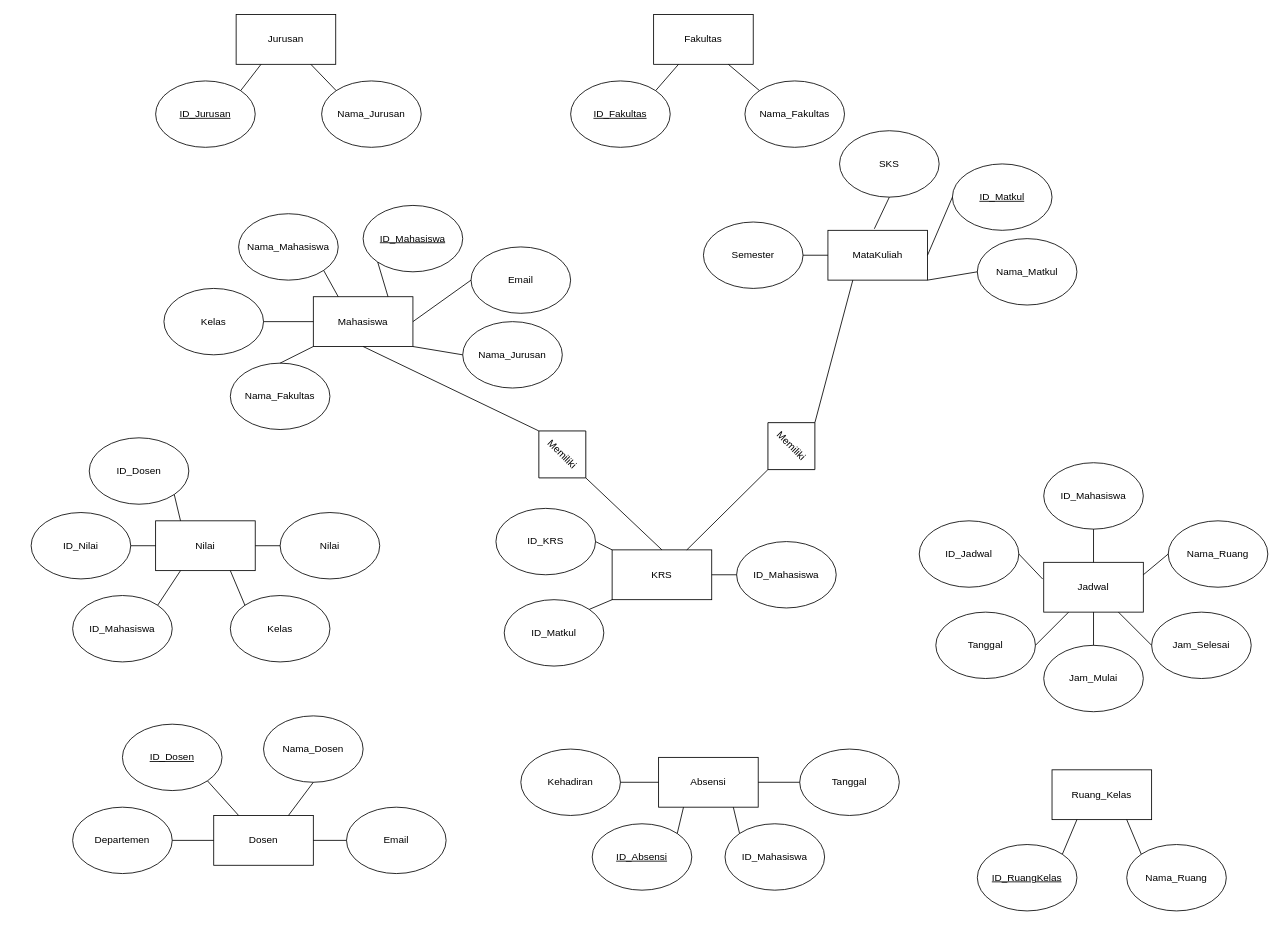
Above: latihan database.drawio in NCalvaretta/Lab-Algorithm-and-Programming (draw.io), before the change. Source tidied: cells renumbered, new cells numbered last; positions are measured from the earlier drawing's top-left corner, leaving out a move shared by most shapes. Both pictures are drawn from the tidied source at 83%, with x=0, y=0 at pixel (31, 14).
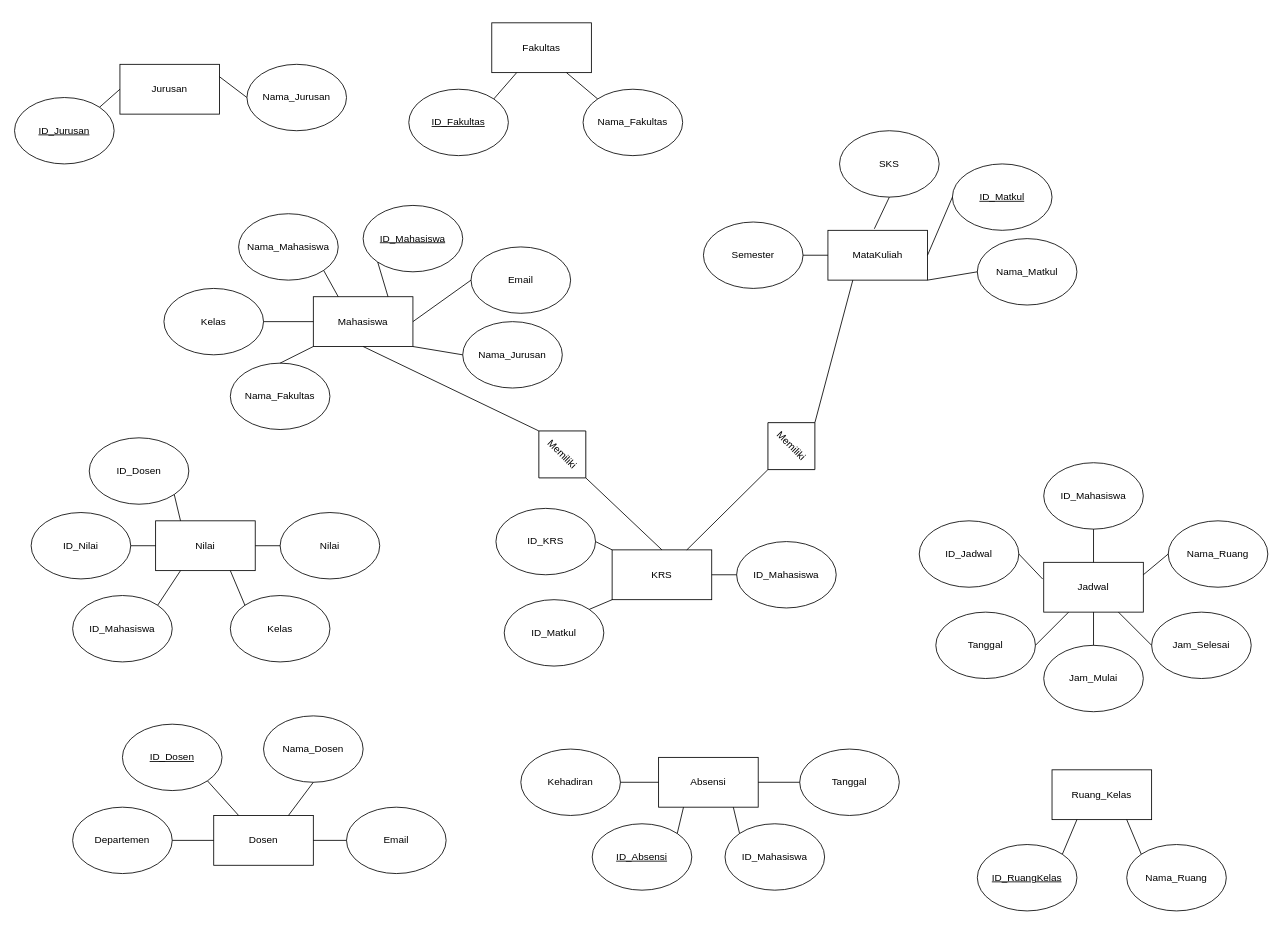
Above is the later version.

What changed in the source:
```diff
@@
     <mxCell id="6" value="Jurusan" style="rounded=0;whiteSpace=wrap;html=1;" parent="1" vertex="1">
-      <mxGeometry x="247" width="120" height="60" as="geometry" />
+      <mxGeometry x="107" y="60" width="120" height="60" as="geometry" />
     </mxCell>
@@
     <mxCell id="10" value="Fakultas" style="rounded=0;whiteSpace=wrap;html=1;" parent="1" vertex="1">
-      <mxGeometry x="750" width="120" height="60" as="geometry" />
+      <mxGeometry x="555" y="10" width="120" height="60" as="geometry" />
     </mxCell>
@@
     <mxCell id="40" value="&lt;u&gt;ID_Fakultas&lt;/u&gt;" style="ellipse;whiteSpace=wrap;html=1;" parent="1" vertex="1">
-      <mxGeometry x="650" y="80" width="120" height="80" as="geometry" />
+      <mxGeometry x="455" y="90" width="120" height="80" as="geometry" />
     </mxCell>
     <mxCell id="41" value="Nama_Fakultas" style="ellipse;whiteSpace=wrap;html=1;" parent="1" vertex="1">
-      <mxGeometry x="860" y="80" width="120" height="80" as="geometry" />
+      <mxGeometry x="665" y="90" width="120" height="80" as="geometry" />
     </mxCell>
     <mxCell id="42" value="&lt;u&gt;ID_Jurusan&lt;/u&gt;" style="ellipse;whiteSpace=wrap;html=1;" parent="1" vertex="1">
-      <mxGeometry x="150" y="80" width="120" height="80" as="geometry" />
+      <mxGeometry x="-20" y="100" width="120" height="80" as="geometry" />
     </mxCell>
     <mxCell id="43" value="Nama_Jurusan" style="ellipse;whiteSpace=wrap;html=1;" parent="1" vertex="1">
-      <mxGeometry x="350" y="80" width="120" height="80" as="geometry" />
+      <mxGeometry x="260" y="60" width="120" height="80" as="geometry" />
     </mxCell>
@@
-    <mxCell id="75" style="endArrow=none;html=1;rounded=0;entryX=0.25;entryY=1;entryDx=0;entryDy=0;exitX=1;exitY=0;exitDx=0;exitDy=0;" parent="1" edge="1" source="42" target="6">
+    <mxCell id="75" style="endArrow=none;html=1;rounded=0;entryX=0;entryY=0.5;entryDx=0;entryDy=0;exitX=1;exitY=0;exitDx=0;exitDy=0;" parent="1" edge="1" source="42" target="6">
       <mxGeometry relative="1" as="geometry" />
     </mxCell>
-    <mxCell id="76" style="endArrow=none;html=1;rounded=0;entryX=0;entryY=0;entryDx=0;entryDy=0;exitX=0.75;exitY=1;exitDx=0;exitDy=0;" parent="1" edge="1" source="6" target="43">
+    <mxCell id="76" style="endArrow=none;html=1;rounded=0;entryX=0;entryY=0.5;entryDx=0;entryDy=0;exitX=1;exitY=0.25;exitDx=0;exitDy=0;" parent="1" edge="1" source="6" target="43">
       <mxGeometry relative="1" as="geometry" />
     </mxCell>
```
